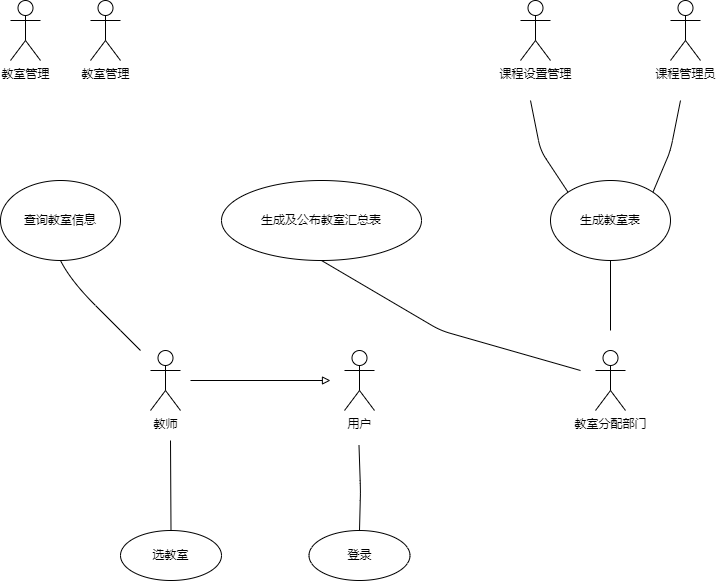
This is 教室管理系统用例图.drawio.png from hmh38324/diagrams, a draw.io export, as it was before one commit. Source tidied: cells renumbered, new cells last; positions are measured from the earlier drawing's top-left corner, leaving out a move shared by most shapes.
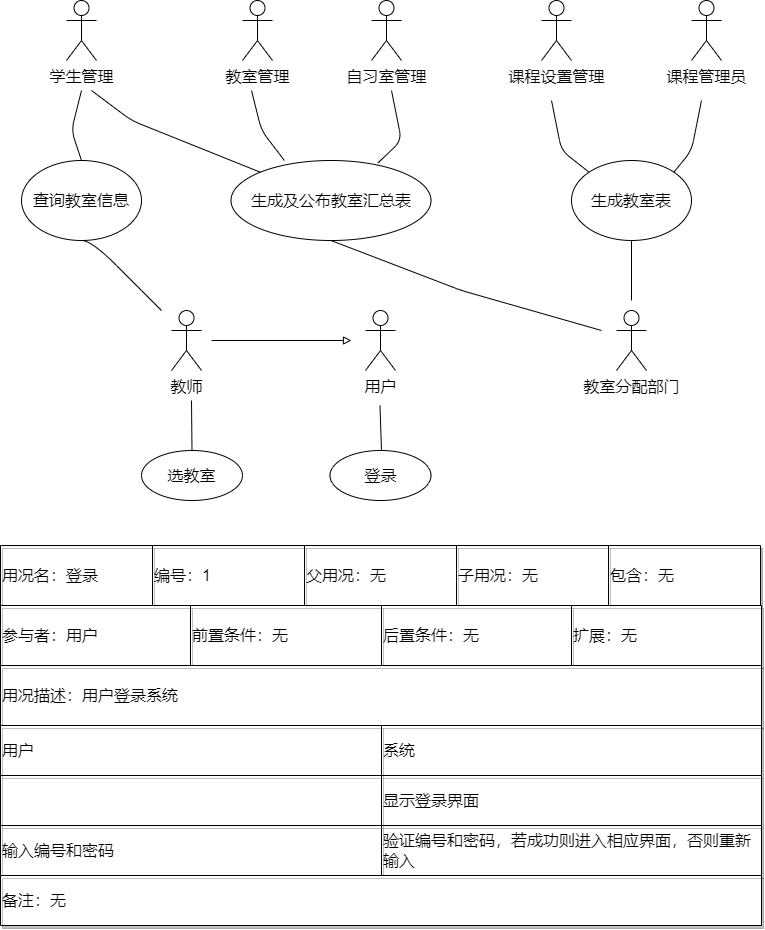
Later version of the same file.

Commit message:
更新教室管理系统用例图.drawio.png

What changed in the source:
```diff
@@ -2,98 +2,220 @@
   <root>
     <mxCell id="0" />
     <mxCell id="1" parent="0" />
-    <mxCell id="2" value="教室管理" style="shape=umlActor;verticalLabelPosition=bottom;verticalAlign=top;html=1;" parent="1" vertex="1">
-      <mxGeometry x="10" width="30" height="60" as="geometry" />
+    <mxCell id="2" value="学生管理" style="shape=umlActor;verticalLabelPosition=bottom;verticalAlign=top;html=1;fontSize=16;" parent="1" vertex="1">
+      <mxGeometry x="35" y="25" width="30" height="60" as="geometry" />
     </mxCell>
-    <mxCell id="3" value="教室管理" style="shape=umlActor;verticalLabelPosition=bottom;verticalAlign=top;html=1;" parent="1" vertex="1">
-      <mxGeometry x="90" width="30" height="60" as="geometry" />
+    <mxCell id="3" value="教室管理" style="shape=umlActor;verticalLabelPosition=bottom;verticalAlign=top;html=1;fontSize=16;" parent="1" vertex="1">
+      <mxGeometry x="211" y="25" width="30" height="60" as="geometry" />
     </mxCell>
-    <mxCell id="4" value="查询教室信息" style="ellipse;whiteSpace=wrap;html=1;" parent="1" vertex="1">
-      <mxGeometry y="180" width="120" height="80" as="geometry" />
+    <mxCell id="4" value="查询教室信息" style="ellipse;whiteSpace=wrap;html=1;fontSize=16;" parent="1" vertex="1">
+      <mxGeometry x="-10" y="185" width="120" height="80" as="geometry" />
     </mxCell>
-    <mxCell id="5" value="生成及公布教室汇总表" style="ellipse;whiteSpace=wrap;html=1;" parent="1" vertex="1">
-      <mxGeometry x="221" y="180" width="200" height="80" as="geometry" />
+    <mxCell id="5" value="生成及公布教室汇总表" style="ellipse;whiteSpace=wrap;html=1;fontSize=16;" parent="1" vertex="1">
+      <mxGeometry x="199.5" y="185" width="200" height="80" as="geometry" />
     </mxCell>
-    <mxCell id="6" value="教师" style="shape=umlActor;verticalLabelPosition=bottom;verticalAlign=top;html=1;" parent="1" vertex="1">
-      <mxGeometry x="150" y="350" width="30" height="60" as="geometry" />
+    <mxCell id="6" value="教师" style="shape=umlActor;verticalLabelPosition=bottom;verticalAlign=top;html=1;fontSize=16;" parent="1" vertex="1">
+      <mxGeometry x="140" y="335" width="30" height="60" as="geometry" />
     </mxCell>
-    <mxCell id="7" value="用户" style="shape=umlActor;verticalLabelPosition=bottom;verticalAlign=top;html=1;" parent="1" vertex="1">
-      <mxGeometry x="344" y="350" width="30" height="60" as="geometry" />
+    <mxCell id="7" value="用户" style="shape=umlActor;verticalLabelPosition=bottom;verticalAlign=top;html=1;fontSize=16;" parent="1" vertex="1">
+      <mxGeometry x="334" y="335" width="30" height="60" as="geometry" />
     </mxCell>
-    <mxCell id="8" value="教室分配部门" style="shape=umlActor;verticalLabelPosition=bottom;verticalAlign=top;html=1;" parent="1" vertex="1">
-      <mxGeometry x="595" y="350" width="30" height="60" as="geometry" />
+    <mxCell id="8" value="教室分配部门" style="shape=umlActor;verticalLabelPosition=bottom;verticalAlign=top;html=1;fontSize=16;" parent="1" vertex="1">
+      <mxGeometry x="585" y="335" width="30" height="60" as="geometry" />
     </mxCell>
-    <mxCell id="9" value="课程设置管理" style="shape=umlActor;verticalLabelPosition=bottom;verticalAlign=top;html=1;" parent="1" vertex="1">
-      <mxGeometry x="520" width="30" height="60" as="geometry" />
+    <mxCell id="9" value="课程设置管理" style="shape=umlActor;verticalLabelPosition=bottom;verticalAlign=top;html=1;fontSize=16;" parent="1" vertex="1">
+      <mxGeometry x="510" y="25" width="30" height="60" as="geometry" />
     </mxCell>
-    <mxCell id="10" value="课程管理员" style="shape=umlActor;verticalLabelPosition=bottom;verticalAlign=top;html=1;" parent="1" vertex="1">
-      <mxGeometry x="670" width="30" height="60" as="geometry" />
+    <mxCell id="10" value="课程管理员" style="shape=umlActor;verticalLabelPosition=bottom;verticalAlign=top;html=1;fontSize=16;" parent="1" vertex="1">
+      <mxGeometry x="660" y="25" width="30" height="60" as="geometry" />
     </mxCell>
-    <mxCell id="11" value="生成教室表" style="ellipse;whiteSpace=wrap;html=1;" parent="1" vertex="1">
-      <mxGeometry x="550" y="180" width="120" height="80" as="geometry" />
+    <mxCell id="11" value="生成教室表" style="ellipse;whiteSpace=wrap;html=1;fontSize=16;" parent="1" vertex="1">
+      <mxGeometry x="540" y="185" width="120" height="80" as="geometry" />
     </mxCell>
-    <mxCell id="12" value="登录" style="ellipse;whiteSpace=wrap;html=1;" parent="1" vertex="1">
-      <mxGeometry x="308.5" y="530" width="101" height="50" as="geometry" />
+    <mxCell id="12" value="登录" style="ellipse;whiteSpace=wrap;html=1;fontSize=16;" parent="1" vertex="1">
+      <mxGeometry x="298.5" y="475" width="101" height="50" as="geometry" />
     </mxCell>
-    <mxCell id="13" value="选教室" style="ellipse;whiteSpace=wrap;html=1;" parent="1" vertex="1">
-      <mxGeometry x="120" y="530" width="101" height="50" as="geometry" />
+    <mxCell id="13" value="选教室" style="ellipse;whiteSpace=wrap;html=1;fontSize=16;" parent="1" vertex="1">
+      <mxGeometry x="110" y="475" width="101" height="50" as="geometry" />
     </mxCell>
-    <mxCell id="14" style="curved=1;endArrow=none;html=1;endFill=0;entryX=0.5;entryY=1;entryDx=0;entryDy=0;" parent="1" edge="1" target="4">
+    <mxCell id="14" style="curved=1;endArrow=none;html=1;endFill=0;entryX=0.5;entryY=1;entryDx=0;entryDy=0;fontSize=16;" parent="1" edge="1" target="4">
       <mxGeometry relative="1" as="geometry">
-        <mxPoint x="140" y="350" as="sourcePoint" />
+        <mxPoint x="130" y="335" as="sourcePoint" />
         <Array as="points">
-          <mxPoint x="120" y="330" />
-          <mxPoint x="70" y="280" />
+          <mxPoint x="110" y="315" />
+          <mxPoint x="60" y="265" />
         </Array>
       </mxGeometry>
     </mxCell>
-    <mxCell id="15" style="endArrow=none;html=1;entryX=0.5;entryY=0;entryDx=0;entryDy=0;rounded=1;" parent="1" edge="1" target="13">
+    <mxCell id="15" style="endArrow=none;html=1;entryX=0.5;entryY=0;entryDx=0;entryDy=0;rounded=1;fontSize=16;" parent="1" edge="1" target="13">
       <mxGeometry relative="1" as="geometry">
-        <mxPoint x="170" y="440" as="sourcePoint" />
+        <mxPoint x="160" y="425" as="sourcePoint" />
       </mxGeometry>
     </mxCell>
-    <mxCell id="16" style="endArrow=none;html=1;entryX=0.5;entryY=0;entryDx=0;entryDy=0;rounded=1;" parent="1" edge="1" target="12">
+    <mxCell id="16" style="endArrow=none;html=1;entryX=0.5;entryY=0;entryDx=0;entryDy=0;rounded=1;fontSize=16;" parent="1" edge="1" target="12">
       <mxGeometry relative="1" as="geometry">
-        <mxPoint x="358.5" y="445" as="sourcePoint" />
+        <mxPoint x="348.5" y="430" as="sourcePoint" />
         <Array as="points">
-          <mxPoint x="360" y="490" />
+          <mxPoint x="350" y="475" />
         </Array>
       </mxGeometry>
     </mxCell>
-    <mxCell id="17" style="endArrow=block;html=1;endFill=0;curved=1;" parent="1" edge="1">
+    <mxCell id="17" style="endArrow=block;html=1;endFill=0;curved=1;fontSize=16;" parent="1" edge="1">
       <mxGeometry relative="1" as="geometry">
-        <mxPoint x="190" y="380" as="sourcePoint" />
-        <mxPoint x="330" y="380" as="targetPoint" />
+        <mxPoint x="180" y="365" as="sourcePoint" />
+        <mxPoint x="320" y="365" as="targetPoint" />
       </mxGeometry>
     </mxCell>
-    <mxCell id="18" style="endArrow=none;html=1;entryX=0.5;entryY=1;entryDx=0;entryDy=0;rounded=1;" parent="1" edge="1" target="11">
+    <mxCell id="18" style="endArrow=none;html=1;entryX=0.5;entryY=1;entryDx=0;entryDy=0;rounded=1;fontSize=16;" parent="1" edge="1" target="11">
       <mxGeometry relative="1" as="geometry">
-        <mxPoint x="610" y="330" as="sourcePoint" />
+        <mxPoint x="600" y="325" as="sourcePoint" />
       </mxGeometry>
     </mxCell>
-    <mxCell id="19" style="endArrow=none;html=1;entryX=0;entryY=0;entryDx=0;entryDy=0;rounded=1;" parent="1" edge="1" target="11">
+    <mxCell id="19" style="endArrow=none;html=1;entryX=0;entryY=0;entryDx=0;entryDy=0;rounded=1;fontSize=16;" parent="1" edge="1" target="11">
       <mxGeometry relative="1" as="geometry">
-        <mxPoint x="530" y="100" as="sourcePoint" />
+        <mxPoint x="520" y="125" as="sourcePoint" />
         <Array as="points">
-          <mxPoint x="540" y="150" />
+          <mxPoint x="530" y="175" />
         </Array>
       </mxGeometry>
     </mxCell>
-    <mxCell id="20" style="endArrow=none;html=1;entryX=1;entryY=0;entryDx=0;entryDy=0;rounded=1;" parent="1" edge="1" target="11">
+    <mxCell id="20" style="endArrow=none;html=1;entryX=1;entryY=0;entryDx=0;entryDy=0;rounded=1;fontSize=16;" parent="1" edge="1" target="11">
       <mxGeometry relative="1" as="geometry">
-        <mxPoint x="680" y="100" as="sourcePoint" />
+        <mxPoint x="670" y="125" as="sourcePoint" />
         <Array as="points">
-          <mxPoint x="670" y="150" />
+          <mxPoint x="660" y="175" />
         </Array>
       </mxGeometry>
     </mxCell>
-    <mxCell id="21" style="endArrow=none;html=1;exitX=0.5;exitY=1;exitDx=0;exitDy=0;rounded=1;" parent="1" edge="1" source="5">
+    <mxCell id="21" style="endArrow=none;html=1;exitX=0.5;exitY=1;exitDx=0;exitDy=0;rounded=1;fontSize=16;" parent="1" edge="1" source="5">
       <mxGeometry relative="1" as="geometry">
-        <mxPoint x="580" y="370" as="targetPoint" />
+        <mxPoint x="570" y="355" as="targetPoint" />
         <Array as="points">
-          <mxPoint x="440" y="330" />
+          <mxPoint x="430" y="315" />
         </Array>
       </mxGeometry>
     </mxCell>
+    <mxCell id="22" value="自习室管理" style="shape=umlActor;verticalLabelPosition=bottom;verticalAlign=top;html=1;fontSize=16;" parent="1" vertex="1">
+      <mxGeometry x="340" y="25" width="30" height="60" as="geometry" />
+    </mxCell>
+    <mxCell id="23" style="endArrow=none;html=1;entryX=0.5;entryY=0;entryDx=0;entryDy=0;rounded=1;fontSize=16;" parent="1" edge="1" target="4">
+      <mxGeometry relative="1" as="geometry">
+        <mxPoint x="50" y="115" as="sourcePoint" />
+        <Array as="points">
+          <mxPoint x="40" y="155" />
+        </Array>
+      </mxGeometry>
+    </mxCell>
+    <mxCell id="24" style="endArrow=none;html=1;entryX=0.267;entryY=0;entryDx=0;entryDy=0;rounded=1;entryPerimeter=0;fontSize=16;" parent="1" edge="1" target="5">
+      <mxGeometry relative="1" as="geometry">
+        <mxPoint x="220" y="115" as="sourcePoint" />
+        <Array as="points">
+          <mxPoint x="230" y="155" />
+        </Array>
+      </mxGeometry>
+    </mxCell>
+    <mxCell id="25" style="endArrow=none;html=1;entryX=0.735;entryY=0.03;entryDx=0;entryDy=0;rounded=1;entryPerimeter=0;fontSize=16;" parent="1" edge="1" target="5">
+      <mxGeometry relative="1" as="geometry">
+        <mxPoint x="360" y="115" as="sourcePoint" />
+        <Array as="points">
+          <mxPoint x="370" y="165" />
+        </Array>
+      </mxGeometry>
+    </mxCell>
+    <mxCell id="26" style="endArrow=none;html=1;entryX=0;entryY=0;entryDx=0;entryDy=0;rounded=1;fontSize=16;" parent="1" edge="1" target="5">
+      <mxGeometry relative="1" as="geometry">
+        <mxPoint x="60" y="115" as="sourcePoint" />
+        <Array as="points">
+          <mxPoint x="100" y="145" />
+        </Array>
+      </mxGeometry>
+    </mxCell>
+    <mxCell id="27" style="shape=table;startSize=0;shadow=1;sketch=0;fontSize=16;align=left;" parent="1" vertex="1">
+      <mxGeometry x="-31" y="570" width="760" height="60" as="geometry" />
+    </mxCell>
+    <mxCell id="28" style="shape=tableRow;horizontal=0;startSize=0;swimlaneHead=0;swimlaneBody=0;top=0;left=0;bottom=0;right=0;fillColor=none;shadow=1;sketch=0;fontSize=16;align=left;" parent="27" vertex="1">
+      <mxGeometry width="760" height="60" as="geometry" />
+    </mxCell>
+    <mxCell id="29" value="用况名：登录" style="shape=partialRectangle;html=1;whiteSpace=wrap;overflow=hidden;fillColor=none;top=0;left=0;bottom=0;right=0;shadow=1;sketch=0;fontSize=16;align=left;" parent="28" vertex="1">
+      <mxGeometry width="152" height="60" as="geometry" />
+    </mxCell>
+    <mxCell id="30" value="编号：1" style="shape=partialRectangle;html=1;whiteSpace=wrap;overflow=hidden;fillColor=none;top=0;left=0;bottom=0;right=0;shadow=1;sketch=0;fontSize=16;align=left;" parent="28" vertex="1">
+      <mxGeometry x="152" width="152" height="60" as="geometry" />
+    </mxCell>
+    <mxCell id="31" value="父用况：无" style="shape=partialRectangle;html=1;whiteSpace=wrap;overflow=hidden;fillColor=none;top=0;left=0;bottom=0;right=0;shadow=1;sketch=0;fontSize=16;align=left;" parent="28" vertex="1">
+      <mxGeometry x="304" width="152" height="60" as="geometry" />
+    </mxCell>
+    <mxCell id="32" value="子用况：无" style="shape=partialRectangle;html=1;whiteSpace=wrap;overflow=hidden;fillColor=none;top=0;left=0;bottom=0;right=0;shadow=1;sketch=0;fontSize=16;align=left;" parent="28" vertex="1">
+      <mxGeometry x="456" width="152" height="60" as="geometry" />
+    </mxCell>
+    <mxCell id="33" value="包含：无" style="shape=partialRectangle;html=1;whiteSpace=wrap;overflow=hidden;fillColor=none;top=0;left=0;bottom=0;right=0;shadow=1;sketch=0;fontSize=16;align=left;" parent="28" vertex="1">
+      <mxGeometry x="608" width="152" height="60" as="geometry" />
+    </mxCell>
+    <mxCell id="34" style="shape=table;startSize=0;shadow=1;sketch=0;fontSize=16;align=left;" parent="1" vertex="1">
+      <mxGeometry x="-31" y="630" width="761" height="60" as="geometry" />
+    </mxCell>
+    <mxCell id="35" style="shape=tableRow;horizontal=0;startSize=0;swimlaneHead=0;swimlaneBody=0;top=0;left=0;bottom=0;right=0;fillColor=none;shadow=1;sketch=0;fontSize=16;align=left;" parent="34" vertex="1">
+      <mxGeometry width="761" height="60" as="geometry" />
+    </mxCell>
+    <mxCell id="36" value="参与者：用户" style="shape=partialRectangle;html=1;whiteSpace=wrap;overflow=hidden;fillColor=none;top=0;left=0;bottom=0;right=0;shadow=1;sketch=0;fontSize=16;align=left;" parent="35" vertex="1">
+      <mxGeometry width="190" height="60" as="geometry" />
+    </mxCell>
+    <mxCell id="37" value="前置条件：无" style="shape=partialRectangle;html=1;whiteSpace=wrap;overflow=hidden;fillColor=none;top=0;left=0;bottom=0;right=0;shadow=1;sketch=0;fontSize=16;align=left;" parent="35" vertex="1">
+      <mxGeometry x="190" width="191" height="60" as="geometry" />
+    </mxCell>
+    <mxCell id="38" value="后置条件：无" style="shape=partialRectangle;html=1;whiteSpace=wrap;overflow=hidden;fillColor=none;top=0;left=0;bottom=0;right=0;shadow=1;sketch=0;fontSize=16;align=left;" parent="35" vertex="1">
+      <mxGeometry x="381" width="190" height="60" as="geometry" />
+    </mxCell>
+    <mxCell id="39" value="扩展：无" style="shape=partialRectangle;html=1;whiteSpace=wrap;overflow=hidden;fillColor=none;top=0;left=0;bottom=0;right=0;shadow=1;sketch=0;fontSize=16;align=left;" parent="35" vertex="1">
+      <mxGeometry x="571" width="190" height="60" as="geometry" />
+    </mxCell>
+    <mxCell id="40" style="shape=table;startSize=0;shadow=1;sketch=0;fontSize=16;align=left;" parent="1" vertex="1">
+      <mxGeometry x="-31" y="690" width="761" height="60" as="geometry" />
+    </mxCell>
+    <mxCell id="41" style="shape=tableRow;horizontal=0;startSize=0;swimlaneHead=0;swimlaneBody=0;top=0;left=0;bottom=0;right=0;fillColor=none;shadow=1;sketch=0;fontSize=16;align=left;" parent="40" vertex="1">
+      <mxGeometry width="761" height="60" as="geometry" />
+    </mxCell>
+    <mxCell id="42" value="用况描述：用户登录系统" style="shape=partialRectangle;html=1;whiteSpace=wrap;overflow=hidden;fillColor=none;top=0;left=0;bottom=0;right=0;shadow=1;sketch=0;fontSize=16;align=left;" parent="41" vertex="1">
+      <mxGeometry width="761" height="60" as="geometry" />
+    </mxCell>
+    <mxCell id="43" style="shape=table;startSize=0;shadow=1;sketch=0;fontSize=16;align=left;" parent="1" vertex="1">
+      <mxGeometry x="-31" y="750" width="761" height="150" as="geometry" />
+    </mxCell>
+    <mxCell id="44" style="shape=tableRow;horizontal=0;startSize=0;swimlaneHead=0;swimlaneBody=0;top=0;left=0;bottom=0;right=0;fillColor=none;shadow=1;sketch=0;fontSize=16;align=left;" parent="43" vertex="1">
+      <mxGeometry width="761" height="50" as="geometry" />
+    </mxCell>
+    <mxCell id="45" value="用户" style="shape=partialRectangle;html=1;whiteSpace=wrap;overflow=hidden;fillColor=none;top=0;left=0;bottom=0;right=0;shadow=1;sketch=0;fontSize=16;align=left;" parent="44" vertex="1">
+      <mxGeometry width="381" height="50" as="geometry" />
+    </mxCell>
+    <mxCell id="46" value="系统" style="shape=partialRectangle;html=1;whiteSpace=wrap;overflow=hidden;fillColor=none;top=0;left=0;bottom=0;right=0;shadow=1;sketch=0;fontSize=16;align=left;" parent="44" vertex="1">
+      <mxGeometry x="381" width="380" height="50" as="geometry" />
+    </mxCell>
+    <mxCell id="47" style="shape=tableRow;horizontal=0;startSize=0;swimlaneHead=0;swimlaneBody=0;top=0;left=0;bottom=0;right=0;fillColor=none;shadow=1;sketch=0;fontSize=16;align=left;" parent="43" vertex="1">
+      <mxGeometry y="50" width="761" height="50" as="geometry" />
+    </mxCell>
+    <mxCell id="48" style="shape=partialRectangle;html=1;whiteSpace=wrap;overflow=hidden;fillColor=none;top=0;left=0;bottom=0;right=0;shadow=1;sketch=0;fontSize=16;align=left;" parent="47" vertex="1">
+      <mxGeometry width="381" height="50" as="geometry" />
+    </mxCell>
+    <mxCell id="49" value="显示登录界面" style="shape=partialRectangle;html=1;whiteSpace=wrap;overflow=hidden;fillColor=none;top=0;left=0;bottom=0;right=0;shadow=1;sketch=0;fontSize=16;align=left;" parent="47" vertex="1">
+      <mxGeometry x="381" width="380" height="50" as="geometry" />
+    </mxCell>
+    <mxCell id="50" style="shape=tableRow;horizontal=0;startSize=0;swimlaneHead=0;swimlaneBody=0;top=0;left=0;bottom=0;right=0;fillColor=none;shadow=1;sketch=0;fontSize=16;align=left;" parent="43" vertex="1">
+      <mxGeometry y="100" width="761" height="50" as="geometry" />
+    </mxCell>
+    <mxCell id="51" value="输入编号和密码" style="shape=partialRectangle;html=1;whiteSpace=wrap;overflow=hidden;fillColor=none;top=0;left=0;bottom=0;right=0;shadow=1;sketch=0;fontSize=16;align=left;" parent="50" vertex="1">
+      <mxGeometry width="381" height="50" as="geometry" />
+    </mxCell>
+    <mxCell id="52" value="验证编号和密码，若成功则进入相应界面，否则重新输入" style="shape=partialRectangle;html=1;whiteSpace=wrap;overflow=hidden;fillColor=none;top=0;left=0;bottom=0;right=0;shadow=1;sketch=0;fontSize=16;align=left;" parent="50" vertex="1">
+      <mxGeometry x="381" width="380" height="50" as="geometry" />
+    </mxCell>
+    <mxCell id="53" style="shape=table;startSize=0;shadow=1;sketch=0;fontSize=16;align=left;" parent="1" vertex="1">
+      <mxGeometry x="-31" y="900" width="761" height="50" as="geometry" />
+    </mxCell>
+    <mxCell id="54" style="shape=tableRow;horizontal=0;startSize=0;swimlaneHead=0;swimlaneBody=0;top=0;left=0;bottom=0;right=0;fillColor=none;shadow=1;sketch=0;fontSize=16;align=left;" parent="53" vertex="1">
+      <mxGeometry width="761" height="50" as="geometry" />
+    </mxCell>
+    <mxCell id="55" value="备注：无" style="shape=partialRectangle;html=1;whiteSpace=wrap;overflow=hidden;fillColor=none;top=0;left=0;bottom=0;right=0;shadow=1;sketch=0;fontSize=16;align=left;" parent="54" vertex="1">
+      <mxGeometry width="761" height="50" as="geometry" />
+    </mxCell>
   </root>
 </mxGraphModel>
```
